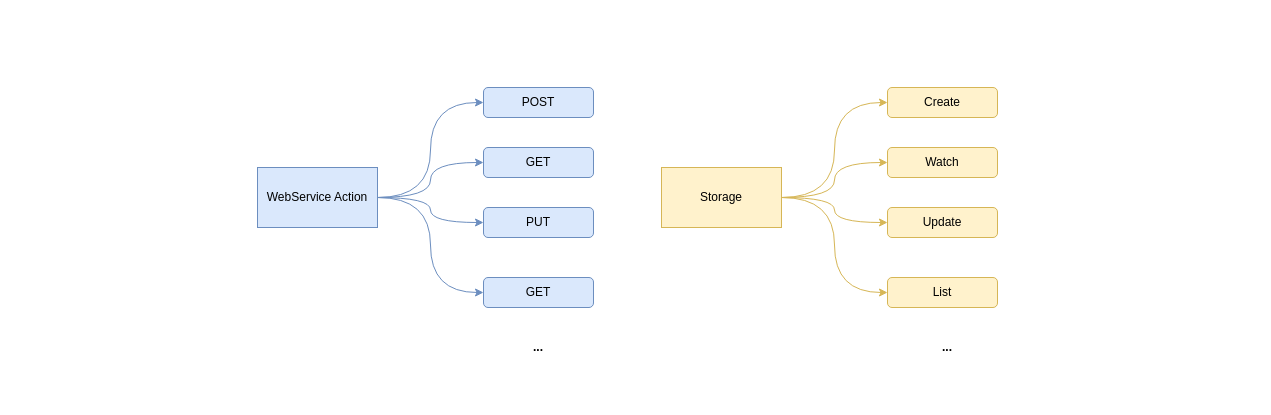
Earlier version of the draw.io diagram page "第 4 页" (4 of 5) of docs/api-server.drawio (caijiatao/go-lib). Source tidied: cells renumbered, new cells numbered last; positions are measured from the earlier drawing's top-left corner, leaving out a move shared by most shapes. Both pictures are drawn from the tidied source at 100%, with x=0, y=0 at pixel (257, 87).
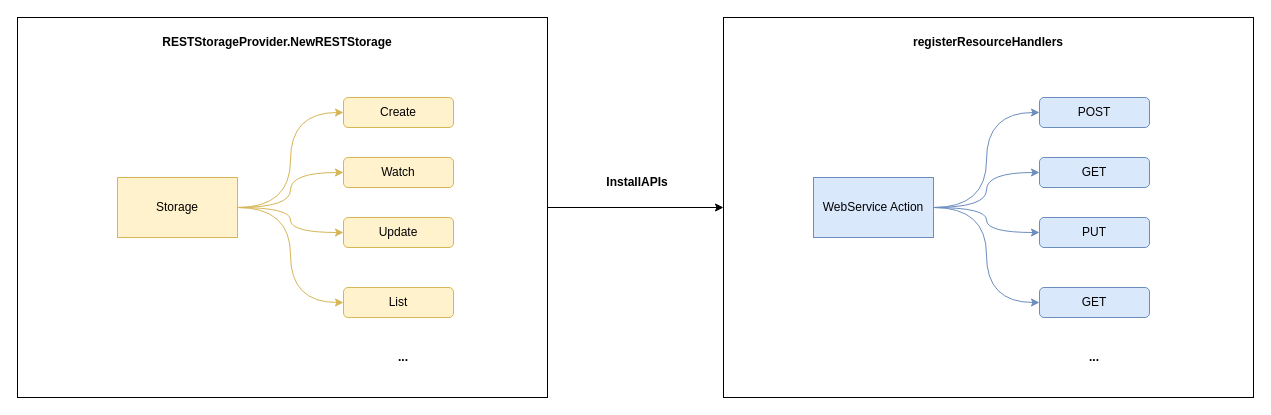
After the change.

Commit message:
feature :add task manager

Diff of the diagram source:
```diff
@@
+    <mxCell id="22" style="rounded=0;whiteSpace=wrap;html=1;" parent="1" vertex="1">
+      <mxGeometry x="466" y="-70" width="530" height="380" as="geometry" />
+    </mxCell>
+    <mxCell id="23" style="edgeStyle=orthogonalEdgeStyle;rounded=0;jettySize=auto;html=1;exitX=1;exitY=0.5;exitDx=0;exitDy=0;entryX=0;entryY=0.5;entryDx=0;entryDy=0;" parent="1" edge="1" source="24" target="22">
+      <mxGeometry relative="1" as="geometry" />
+    </mxCell>
+    <mxCell id="24" style="rounded=0;whiteSpace=wrap;html=1;" parent="1" vertex="1">
+      <mxGeometry x="-240" y="-70" width="530" height="380" as="geometry" />
+    </mxCell>
@@
     <mxCell id="6" value="Storage" style="rounded=0;whiteSpace=wrap;html=1;fillColor=#fff2cc;strokeColor=#d6b656;" parent="1" vertex="1">
-      <mxGeometry x="404" y="80" width="120" height="60" as="geometry" />
+      <mxGeometry x="-140" y="90" width="120" height="60" as="geometry" />
     </mxCell>
     <mxCell id="7" value="Create" style="rounded=1;whiteSpace=wrap;html=1;fillColor=#fff2cc;strokeColor=#d6b656;" parent="1" vertex="1">
-      <mxGeometry x="630" width="110" height="30" as="geometry" />
+      <mxGeometry x="86" y="10" width="110" height="30" as="geometry" />
     </mxCell>
     <mxCell id="8" value="Watch" style="rounded=1;whiteSpace=wrap;html=1;fillColor=#fff2cc;strokeColor=#d6b656;" parent="1" vertex="1">
-      <mxGeometry x="630" y="60" width="110" height="30" as="geometry" />
+      <mxGeometry x="86" y="70" width="110" height="30" as="geometry" />
     </mxCell>
     <mxCell id="9" value="Update" style="rounded=1;whiteSpace=wrap;html=1;fillColor=#fff2cc;strokeColor=#d6b656;" parent="1" vertex="1">
-      <mxGeometry x="630" y="120" width="110" height="30" as="geometry" />
+      <mxGeometry x="86" y="130" width="110" height="30" as="geometry" />
     </mxCell>
     <mxCell id="10" value="List" style="rounded=1;whiteSpace=wrap;html=1;fillColor=#fff2cc;strokeColor=#d6b656;" parent="1" vertex="1">
-      <mxGeometry x="630" y="190" width="110" height="30" as="geometry" />
+      <mxGeometry x="86" y="200" width="110" height="30" as="geometry" />
     </mxCell>
@@
     <mxCell id="15" value="WebService Action" style="rounded=0;whiteSpace=wrap;html=1;fillColor=#dae8fc;strokeColor=#6c8ebf;" parent="1" vertex="1">
-      <mxGeometry y="80" width="120" height="60" as="geometry" />
+      <mxGeometry x="556" y="90" width="120" height="60" as="geometry" />
     </mxCell>
     <mxCell id="16" value="POST" style="rounded=1;whiteSpace=wrap;html=1;fillColor=#dae8fc;strokeColor=#6c8ebf;" parent="1" vertex="1">
-      <mxGeometry x="226" width="110" height="30" as="geometry" />
+      <mxGeometry x="782" y="10" width="110" height="30" as="geometry" />
     </mxCell>
     <mxCell id="17" value="GET" style="rounded=1;whiteSpace=wrap;html=1;fillColor=#dae8fc;strokeColor=#6c8ebf;" parent="1" vertex="1">
-      <mxGeometry x="226" y="60" width="110" height="30" as="geometry" />
+      <mxGeometry x="782" y="70" width="110" height="30" as="geometry" />
     </mxCell>
     <mxCell id="18" value="PUT" style="rounded=1;whiteSpace=wrap;html=1;fillColor=#dae8fc;strokeColor=#6c8ebf;" parent="1" vertex="1">
-      <mxGeometry x="226" y="120" width="110" height="30" as="geometry" />
+      <mxGeometry x="782" y="130" width="110" height="30" as="geometry" />
     </mxCell>
     <mxCell id="19" value="GET" style="rounded=1;whiteSpace=wrap;html=1;fillColor=#dae8fc;strokeColor=#6c8ebf;" parent="1" vertex="1">
-      <mxGeometry x="226" y="190" width="110" height="30" as="geometry" />
+      <mxGeometry x="782" y="200" width="110" height="30" as="geometry" />
     </mxCell>
     <mxCell id="20" value="&lt;b&gt;...&lt;/b&gt;" style="text;html=1;strokeColor=none;fillColor=none;align=center;verticalAlign=middle;whiteSpace=wrap;rounded=0;" parent="1" vertex="1">
-      <mxGeometry x="251" y="245" width="60" height="30" as="geometry" />
+      <mxGeometry x="807" y="255" width="60" height="30" as="geometry" />
     </mxCell>
     <mxCell id="21" value="&lt;b&gt;...&lt;/b&gt;" style="text;html=1;strokeColor=none;fillColor=none;align=center;verticalAlign=middle;whiteSpace=wrap;rounded=0;" parent="1" vertex="1">
-      <mxGeometry x="660" y="245" width="60" height="30" as="geometry" />
+      <mxGeometry x="116" y="255" width="60" height="30" as="geometry" />
     </mxCell>
+    <mxCell id="25" value="&lt;b&gt;InstallAPIs&lt;/b&gt;" style="text;html=1;strokeColor=none;fillColor=none;align=center;verticalAlign=middle;whiteSpace=wrap;rounded=0;" parent="1" vertex="1">
+      <mxGeometry x="350" y="80" width="60" height="30" as="geometry" />
+    </mxCell>
+    <mxCell id="26" value="&lt;b&gt;RESTStorageProvider.NewRESTStorage&lt;/b&gt;" style="text;html=1;strokeColor=none;fillColor=none;align=center;verticalAlign=middle;whiteSpace=wrap;rounded=0;" parent="1" vertex="1">
+      <mxGeometry x="-10" y="-60" width="60" height="30" as="geometry" />
+    </mxCell>
+    <mxCell id="27" value="&lt;b&gt;registerResourceHandlers&lt;/b&gt;" style="text;html=1;strokeColor=none;fillColor=none;align=center;verticalAlign=middle;whiteSpace=wrap;rounded=0;" parent="1" vertex="1">
+      <mxGeometry x="701" y="-60" width="60" height="30" as="geometry" />
+    </mxCell>
```
